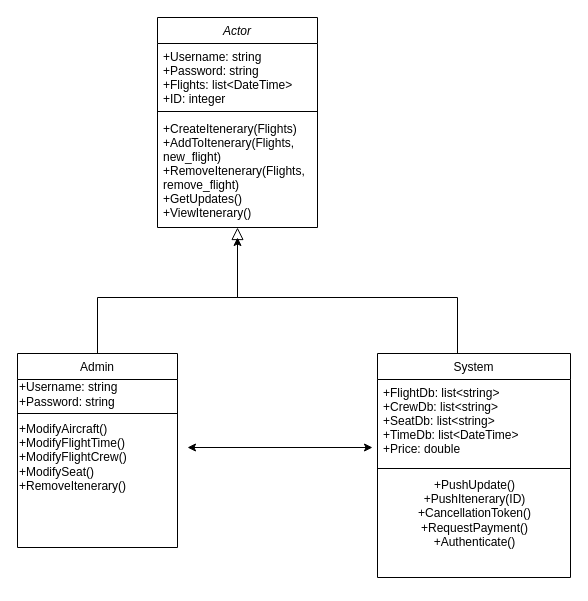
The draw.io diagram UML/UMLProject.drawio in RileyMoore01/Portfolio, before the edit. Source tidied: cells renumbered, new cells numbered last; positions are measured from the earlier drawing's top-left corner, leaving out a move shared by most shapes. Both pictures are drawn from the tidied source at 100%, with x=0, y=0 at pixel (17, 17).
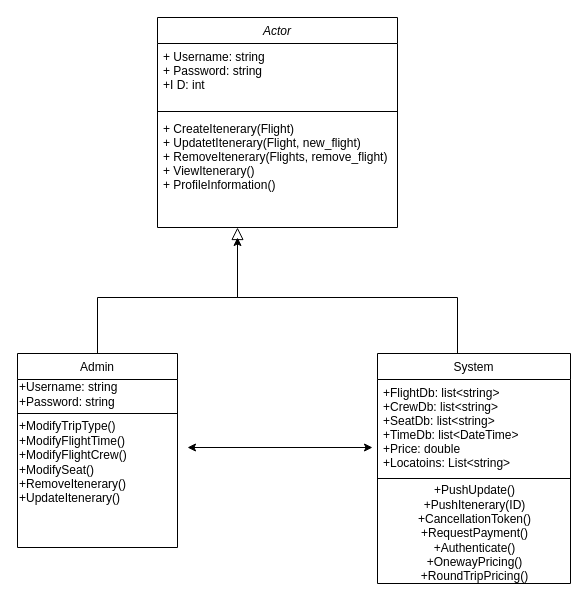
Above is the later version.

The change refers to these unchanged cells:
```xml
<mxCell id="6" value="Admin" style="swimlane;fontStyle=0;align=center;verticalAlign=top;horizontal=1;startSize=26;rounded=0;shadow=0;strokeWidth=1;" parent="1" vertex="1">
  <mxGeometry y="336" width="160" height="194" as="geometry" />
</mxCell>
```

Change to the diagram source:
```diff
@@
     <mxCell id="2" value="Actor" style="swimlane;fontStyle=2;align=center;verticalAlign=top;horizontal=1;startSize=26;rounded=0;shadow=0;strokeWidth=1;" parent="1" vertex="1">
-      <mxGeometry x="140" width="160" height="210" as="geometry" />
+      <mxGeometry x="140" width="240" height="210" as="geometry" />
     </mxCell>
-    <mxCell id="3" value="+Username: string&#10;+Password: string&#10;+Flights: list&lt;DateTime&gt;&#10;+ID: integer" style="text;align=left;verticalAlign=top;spacingLeft=4;spacingRight=4;overflow=hidden;" parent="2" vertex="1">
-      <mxGeometry y="26" width="160" height="64" as="geometry" />
+    <mxCell id="3" value="+ Username: string&#10;+ Password: string&#10;+I D: int" style="text;align=left;verticalAlign=top;spacingLeft=4;spacingRight=4;overflow=hidden;" parent="2" vertex="1">
+      <mxGeometry y="26" width="240" height="64" as="geometry" />
     </mxCell>
     <mxCell id="4" style="line;html=1;strokeWidth=1;align=left;verticalAlign=middle;spacingTop=-1;spacingLeft=3;spacingRight=3;labelPosition=right;" parent="2" vertex="1">
-      <mxGeometry y="90" width="160" height="8" as="geometry" />
+      <mxGeometry y="90" width="240" height="8" as="geometry" />
     </mxCell>
-    <mxCell id="5" value="+CreateItenerary(Flights)&#10;+AddToItenerary(Flights, &#10;new_flight)&#10;+RemoveItenerary(Flights, &#10;remove_flight)&#10;+GetUpdates()&#10;+ViewItenerary()" style="text;align=left;verticalAlign=top;spacingLeft=4;spacingRight=4;overflow=hidden;" parent="2" vertex="1">
-      <mxGeometry y="98" width="160" height="112" as="geometry" />
+    <mxCell id="5" value="+ CreateItenerary(Flight)&#10;+ UpdatetItenerary(Flight, new_flight)&#10;+ RemoveItenerary(Flights, remove_flight)&#10;+ ViewItenerary()&#10;+ ProfileInformation()" style="text;align=left;verticalAlign=top;spacingLeft=4;spacingRight=4;overflow=hidden;" parent="2" vertex="1">
+      <mxGeometry y="98" width="240" height="112" as="geometry" />
     </mxCell>
@@
-    <mxCell id="9" value="+ModifyAircraft()&lt;br&gt;+ModifyFlightTime()&lt;br&gt;+ModifyFlightCrew()&lt;br&gt;+ModifySeat()&lt;br&gt;+RemoveItenerary()" style="text;html=1;align=left;verticalAlign=middle;strokeColor=none;fillColor=none;" parent="6" vertex="1">
-      <mxGeometry y="64" width="160" height="80" as="geometry" />
+    <mxCell id="9" value="+ModifyTripType()&lt;br&gt;+ModifyFlightTime()&lt;br&gt;+ModifyFlightCrew()&lt;br&gt;+ModifySeat()&lt;br&gt;+RemoveItenerary()&lt;br&gt;+UpdateItenerary()" style="text;html=1;align=left;verticalAlign=middle;strokeColor=none;fillColor=none;" parent="6" vertex="1">
+      <mxGeometry y="64" width="160" height="90" as="geometry" />
     </mxCell>
@@
     <mxCell id="12" value="System" style="swimlane;fontStyle=0;align=center;verticalAlign=top;horizontal=1;startSize=26;rounded=0;shadow=0;strokeWidth=1;" parent="1" vertex="1">
-      <mxGeometry x="360" y="336" width="193" height="224" as="geometry" />
+      <mxGeometry x="360" y="336" width="193" height="230" as="geometry" />
     </mxCell>
-    <mxCell id="13" value="+FlightDb: list&lt;string&gt;&#10;+CrewDb: list&lt;string&gt;&#10;+SeatDb: list&lt;string&gt;&#10;+TimeDb: list&lt;DateTime&gt;&#10;+Price: double" style="text;align=left;verticalAlign=top;spacingLeft=4;spacingRight=4;overflow=hidden;" parent="12" vertex="1">
-      <mxGeometry y="26" width="193" height="84" as="geometry" />
+    <mxCell id="13" value="+FlightDb: list&lt;string&gt;&#10;+CrewDb: list&lt;string&gt;&#10;+SeatDb: list&lt;string&gt;&#10;+TimeDb: list&lt;DateTime&gt;&#10;+Price: double&#10;+Locatoins: List&lt;string&gt;" style="text;align=left;verticalAlign=top;spacingLeft=4;spacingRight=4;overflow=hidden;" parent="12" vertex="1">
+      <mxGeometry y="26" width="193" height="94" as="geometry" />
     </mxCell>
     <mxCell id="14" style="line;html=1;strokeWidth=1;align=left;verticalAlign=middle;spacingTop=-1;spacingLeft=3;spacingRight=3;labelPosition=right;" parent="12" vertex="1">
-      <mxGeometry y="110" width="193" height="10" as="geometry" />
+      <mxGeometry y="120" width="193" height="10" as="geometry" />
     </mxCell>
-    <mxCell id="15" value="+PushUpdate()&lt;br&gt;+PushItenerary(ID)&lt;br&gt;+CancellationToken()&lt;br&gt;+RequestPayment()&lt;br&gt;+Authenticate()" style="text;html=1;align=center;verticalAlign=middle;strokeColor=none;fillColor=none;fontSize=12;fontFamily=Helvetica;fontColor=default;" parent="12" vertex="1">
-      <mxGeometry y="120" width="193" height="80" as="geometry" />
+    <mxCell id="15" value="+PushUpdate()&lt;br&gt;+PushItenerary(ID)&lt;br&gt;+CancellationToken()&lt;br&gt;+RequestPayment()&lt;br&gt;+Authenticate()&lt;br&gt;+OnewayPricing()&lt;br&gt;+RoundTripPricing()" style="text;html=1;align=center;verticalAlign=middle;strokeColor=none;fillColor=none;fontSize=12;fontFamily=Helvetica;fontColor=default;" parent="12" vertex="1">
+      <mxGeometry y="130" width="193" height="100" as="geometry" />
     </mxCell>
```
